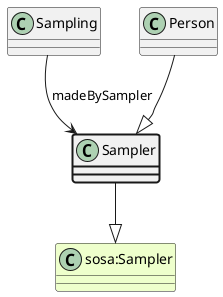
Before: ttl_uml/ttl_appn_Sampler.png, a diagram exported from PlantUML (aus-plant-phenomics-network/appn-schema).
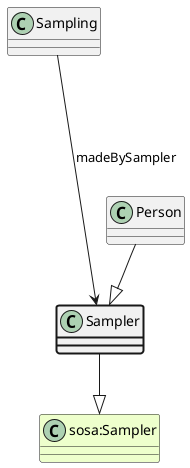
Later version of the same file.

The edit, as a diff of the source:
```diff
@@ -3,7 +3,7 @@
 class "sosa:Sampler" #EEFFCC
 Sampler --|> "sosa:Sampler"
 class Sampling
-Sampling --> Sampler : madeBySampler
+Sampling ----> Sampler : madeBySampler
 class Person
 Person --|> Sampler
 @enduml
```
